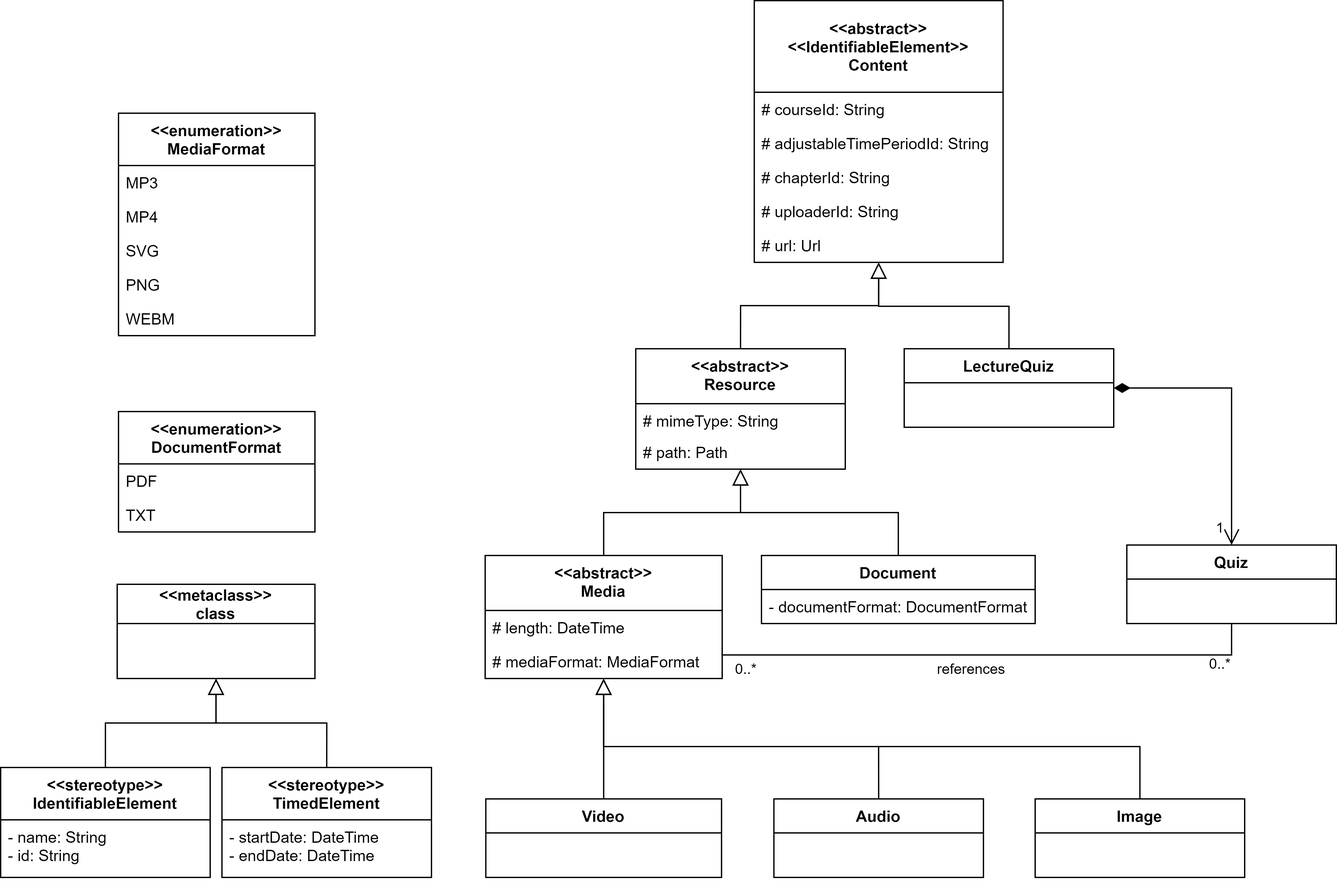
Above: wiki/Images/Architecture/Content-Model.png in IT-REX-Platform/Wiki-EnPro-WS2020 (draw.io), before the change. Source tidied: cells renumbered, new cells last; positions are measured from the earlier drawing's top-left corner, leaving out a move shared by most shapes.
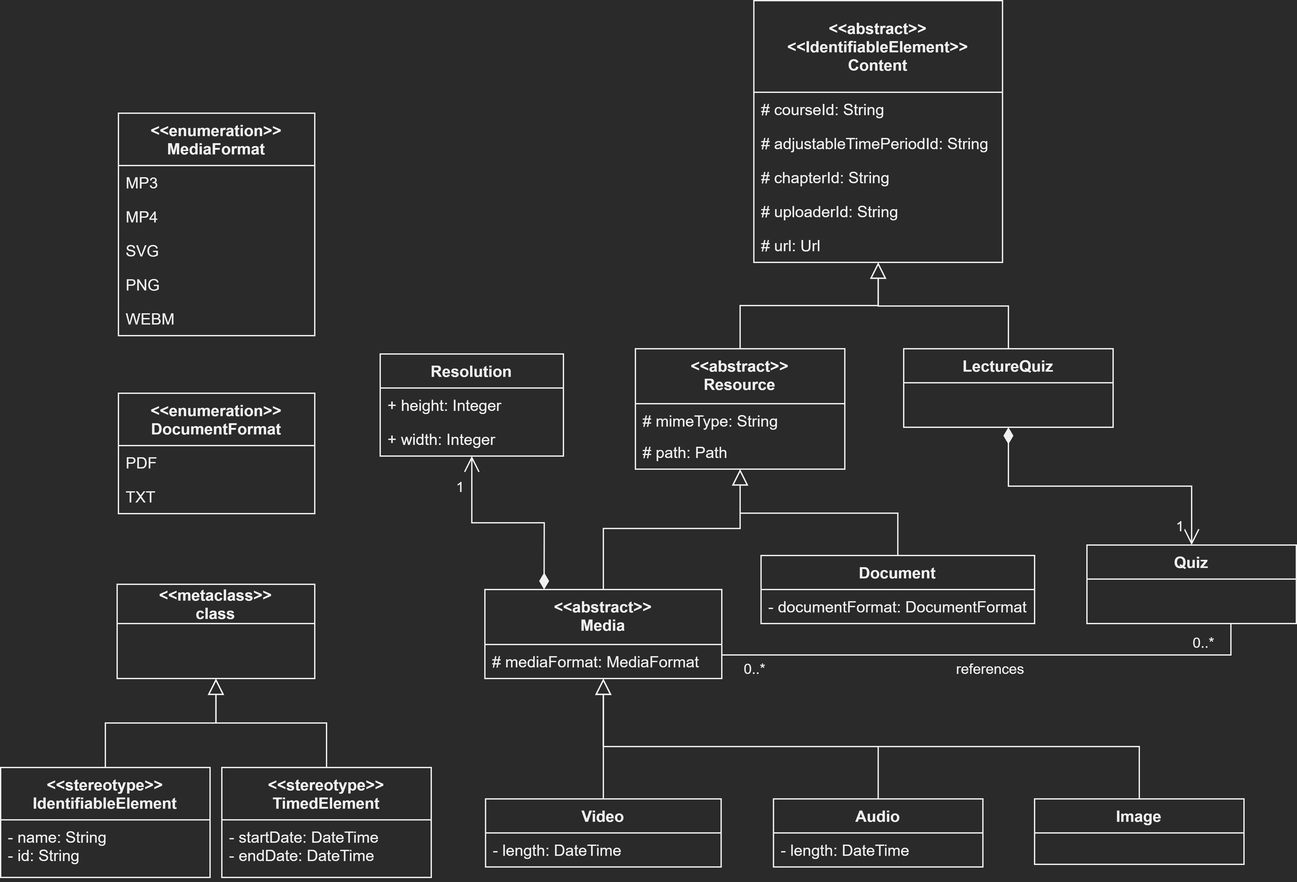
After the commit.

Change to the diagram source:
```diff
@@ -22,13 +22,10 @@
       </mxGeometry>
     </mxCell>
     <mxCell id="5" value="&lt;&lt;abstract&gt;&gt;&#10;Media" style="swimlane;fontStyle=1;align=center;verticalAlign=top;horizontal=1;startSize=42;" parent="1" vertex="1">
-      <mxGeometry x="370" y="424" width="181" height="94" as="geometry" />
+      <mxGeometry x="370" y="450" width="181" height="68" as="geometry" />
     </mxCell>
-    <mxCell id="6" value="# length: DateTime" style="text;strokeColor=none;fillColor=none;align=left;verticalAlign=top;spacingLeft=4;spacingRight=4;overflow=hidden;" parent="5" vertex="1">
-      <mxGeometry y="42" width="181" height="26" as="geometry" />
-    </mxCell>
     <mxCell id="7" value="# mediaFormat: MediaFormat" style="text;strokeColor=none;fillColor=none;align=left;verticalAlign=top;spacingLeft=4;spacingRight=4;overflow=hidden;" parent="5" vertex="1">
-      <mxGeometry y="68" width="181" height="26" as="geometry" />
+      <mxGeometry y="42" width="181" height="26" as="geometry" />
     </mxCell>
     <mxCell id="8" value="Document" style="swimlane;fontStyle=1;align=center;verticalAlign=top;horizontal=1;startSize=26;" parent="1" vertex="1">
       <mxGeometry x="581" y="424" width="209" height="52" as="geometry" />
@@ -48,11 +45,14 @@
       <mxGeometry x="690" y="266" width="160" height="60" as="geometry" />
     </mxCell>
     <mxCell id="13" value="Image" style="swimlane;fontStyle=1;align=center;verticalAlign=top;horizontal=1;startSize=26;" parent="1" vertex="1">
-      <mxGeometry x="790" y="610" width="160" height="60" as="geometry" />
+      <mxGeometry x="790" y="610" width="160" height="50" as="geometry" />
     </mxCell>
     <mxCell id="14" value="Video" style="swimlane;fontStyle=1;align=center;verticalAlign=top;horizontal=1;startSize=26;" parent="1" vertex="1">
-      <mxGeometry x="370.5" y="610" width="180" height="60" as="geometry" />
+      <mxGeometry x="370.5" y="610" width="180" height="52" as="geometry" />
     </mxCell>
+    <mxCell id="6" value="- length: DateTime" style="text;strokeColor=none;fillColor=none;align=left;verticalAlign=top;spacingLeft=4;spacingRight=4;overflow=hidden;" parent="14" vertex="1">
+      <mxGeometry y="26" width="180" height="26" as="geometry" />
+    </mxCell>
     <mxCell id="15" style="endArrow=block;endSize=10;endFill=0;shadow=0;strokeWidth=1;rounded=0;edgeStyle=elbowEdgeStyle;elbow=vertical;exitX=0.5;exitY=0;exitDx=0;exitDy=0;entryX=0.5;entryY=1;entryDx=0;entryDy=0;" parent="1" edge="1" source="5" target="25">
       <mxGeometry relative="1" as="geometry" />
     </mxCell>
@@ -111,7 +111,7 @@
       <mxGeometry y="144" width="150" height="26" as="geometry" />
     </mxCell>
     <mxCell id="34" value="&lt;&lt;enumeration&gt;&gt;&#10;DocumentFormat" style="swimlane;fontStyle=1;horizontal=1;startSize=40;fillColor=none;" parent="1" vertex="1">
-      <mxGeometry x="90" y="314" width="150" height="92" as="geometry" />
+      <mxGeometry x="90" y="300" width="150" height="92" as="geometry" />
     </mxCell>
     <mxCell id="35" value="PDF" style="text;strokeColor=none;fillColor=none;align=left;verticalAlign=top;spacingLeft=4;spacingRight=4;overflow=hidden;" parent="34" vertex="1">
       <mxGeometry y="40" width="150" height="26" as="geometry" />
@@ -141,8 +141,11 @@
       <mxGeometry y="40" width="160" height="44" as="geometry" />
     </mxCell>
     <mxCell id="44" value="Audio" style="swimlane;fontStyle=1;align=center;verticalAlign=top;horizontal=1;startSize=26;" parent="1" vertex="1">
-      <mxGeometry x="590.5" y="610" width="160" height="60" as="geometry" />
+      <mxGeometry x="590.5" y="610" width="160" height="52" as="geometry" />
     </mxCell>
+    <mxCell id="50" value="- length: DateTime" style="text;strokeColor=none;fillColor=none;align=left;verticalAlign=top;spacingLeft=4;spacingRight=4;overflow=hidden;" parent="44" vertex="1">
+      <mxGeometry y="26" width="160" height="26" as="geometry" />
+    </mxCell>
     <mxCell id="45" style="edgeStyle=orthogonalEdgeStyle;rounded=0;jettySize=auto;html=1;exitX=0.5;exitY=1;exitDx=0;exitDy=0;startArrow=none;startFill=0;startSize=10;endArrow=none;endFill=0;endSize=10;entryX=1;entryY=0.75;entryDx=0;entryDy=0;" parent="1" edge="1" source="49" target="5">
       <mxGeometry relative="1" as="geometry">
         <Array as="points">
@@ -167,7 +170,24 @@
       </mxGeometry>
     </mxCell>
     <mxCell id="49" value="Quiz" style="swimlane;fontStyle=1;align=center;verticalAlign=top;horizontal=1;startSize=26;" parent="1" vertex="1">
-      <mxGeometry x="860" y="416" width="160" height="60" as="geometry" />
+      <mxGeometry x="830" y="416" width="160" height="60" as="geometry" />
     </mxCell>
+    <mxCell id="51" style="edgeStyle=orthogonalEdgeStyle;rounded=0;jettySize=auto;html=1;entryX=0.25;entryY=0;entryDx=0;entryDy=0;endArrow=diamondThin;endFill=1;startArrow=open;startFill=0;endSize=10;startSize=10;" parent="1" edge="1" source="53" target="5">
+      <mxGeometry relative="1" as="geometry" />
+    </mxCell>
+    <mxCell id="52" value="1" style="edgeLabel;html=1;align=center;verticalAlign=middle;" parent="51" vertex="1">
+      <mxGeometry x="-0.48" y="-1" relative="1" as="geometry">
+        <mxPoint x="-9" y="-18.1" as="offset" />
+      </mxGeometry>
+    </mxCell>
+    <mxCell id="53" value="Resolution" style="swimlane;fontStyle=1;horizontal=1;startSize=26;fillColor=none;" parent="1" vertex="1">
+      <mxGeometry x="290" y="270" width="140" height="78" as="geometry" />
+    </mxCell>
+    <mxCell id="54" value="+ height: Integer" style="text;strokeColor=none;fillColor=none;align=left;verticalAlign=top;spacingLeft=4;spacingRight=4;overflow=hidden;" parent="53" vertex="1">
+      <mxGeometry y="26" width="140" height="26" as="geometry" />
+    </mxCell>
+    <mxCell id="55" value="+ width: Integer" style="text;strokeColor=none;fillColor=none;align=left;verticalAlign=top;spacingLeft=4;spacingRight=4;overflow=hidden;" parent="53" vertex="1">
+      <mxGeometry y="52" width="140" height="26" as="geometry" />
+    </mxCell>
   </root>
 </mxGraphModel>
```
